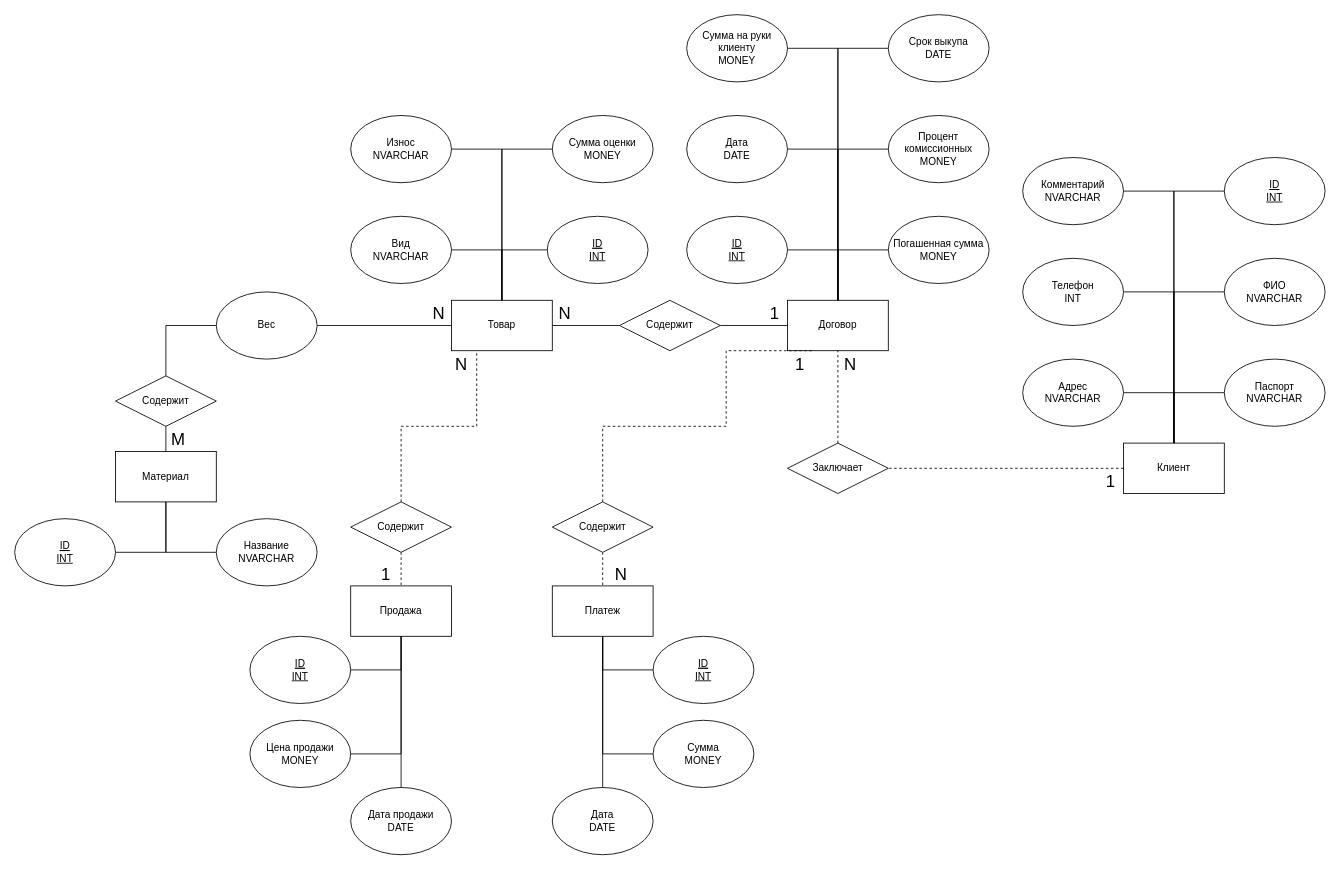
STIRLICO/DateBase keeps this draw.io diagram as Лабораторная работа 1/Ломбард ER модель .drawio. Above is the earlier version. Source tidied: cells renumbered, new cells numbered last; positions are measured from the earlier drawing's top-left corner, leaving out a move shared by most shapes. Both pictures are drawn from the tidied source at 84%, with x=0, y=0 at pixel (14, 14).
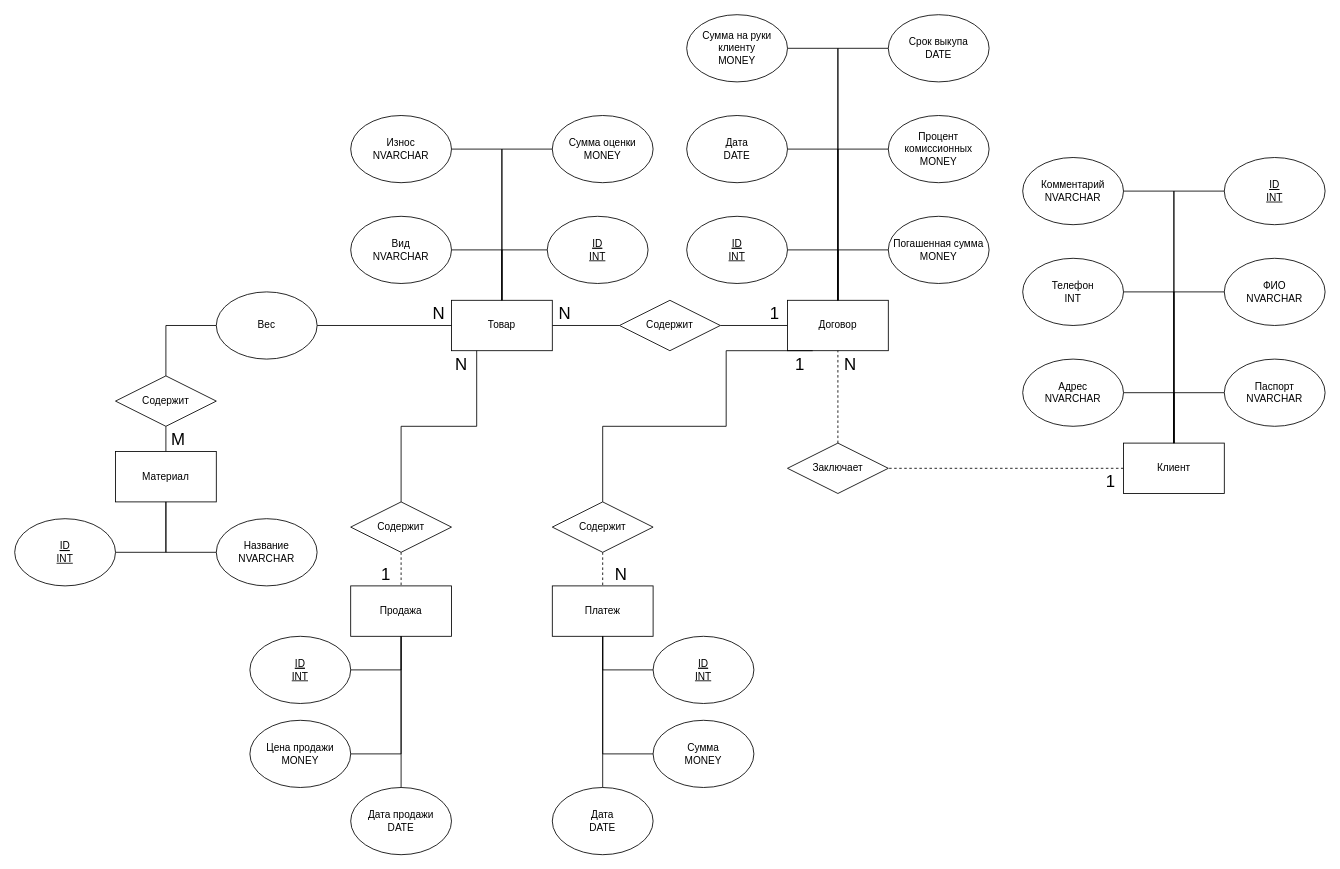
The same page after the edit.

Commit message (it also covers changes not shown here):
Конечные правки

The change refers to these unchanged cells:
```xml
<mxCell id="5" value="Товар" style="rounded=0;whiteSpace=wrap;html=1;" parent="1" vertex="1">
  <mxGeometry x="520" y="340" width="120" height="60" as="geometry" />
</mxCell>
<mxCell id="7" value="Договор" style="rounded=0;whiteSpace=wrap;html=1;" parent="1" vertex="1">
  <mxGeometry x="920" y="340" width="120" height="60" as="geometry" />
</mxCell>
<mxCell id="73" value="Содержит" style="rhombus;whiteSpace=wrap;html=1;shapeInside=1;" parent="1" vertex="1">
  <mxGeometry x="640" y="580" width="120" height="60" as="geometry" />
</mxCell>
<mxCell id="76" value="Содержит" style="rhombus;whiteSpace=wrap;html=1;shapeInside=1;" parent="1" vertex="1">
  <mxGeometry x="400" y="580" width="120" height="60" as="geometry" />
</mxCell>
```

Change to the diagram source:
```diff
@@
-    <mxCell id="72" style="edgeStyle=orthogonalEdgeStyle;rounded=0;jettySize=auto;html=1;exitX=0.5;exitY=0;exitDx=0;exitDy=0;entryX=0.25;entryY=1;entryDx=0;entryDy=0;dashed=1;endArrow=none;endFill=0;" parent="1" edge="1" source="73" target="7">
+    <mxCell id="72" style="edgeStyle=orthogonalEdgeStyle;rounded=0;jettySize=auto;html=1;exitX=0.5;exitY=0;exitDx=0;exitDy=0;entryX=0.25;entryY=1;entryDx=0;entryDy=0;endArrow=none;endFill=0;" parent="1" edge="1" source="73" target="7">
       <mxGeometry relative="1" as="geometry">
         <Array as="points">
           <mxPoint x="700" y="490" />
           <mxPoint x="847" y="490" />
           <mxPoint x="847" y="400" />
         </Array>
       </mxGeometry>
     </mxCell>
@@
-    <mxCell id="75" style="edgeStyle=orthogonalEdgeStyle;rounded=0;jettySize=auto;html=1;exitX=0.5;exitY=0;exitDx=0;exitDy=0;entryX=0.25;entryY=1;entryDx=0;entryDy=0;dashed=1;endArrow=none;endFill=0;" parent="1" edge="1" source="76" target="5">
+    <mxCell id="75" style="edgeStyle=orthogonalEdgeStyle;rounded=0;jettySize=auto;html=1;exitX=0.5;exitY=0;exitDx=0;exitDy=0;entryX=0.25;entryY=1;entryDx=0;entryDy=0;endArrow=none;endFill=0;" parent="1" edge="1" source="76" target="5">
       <mxGeometry relative="1" as="geometry" />
     </mxCell>
```
